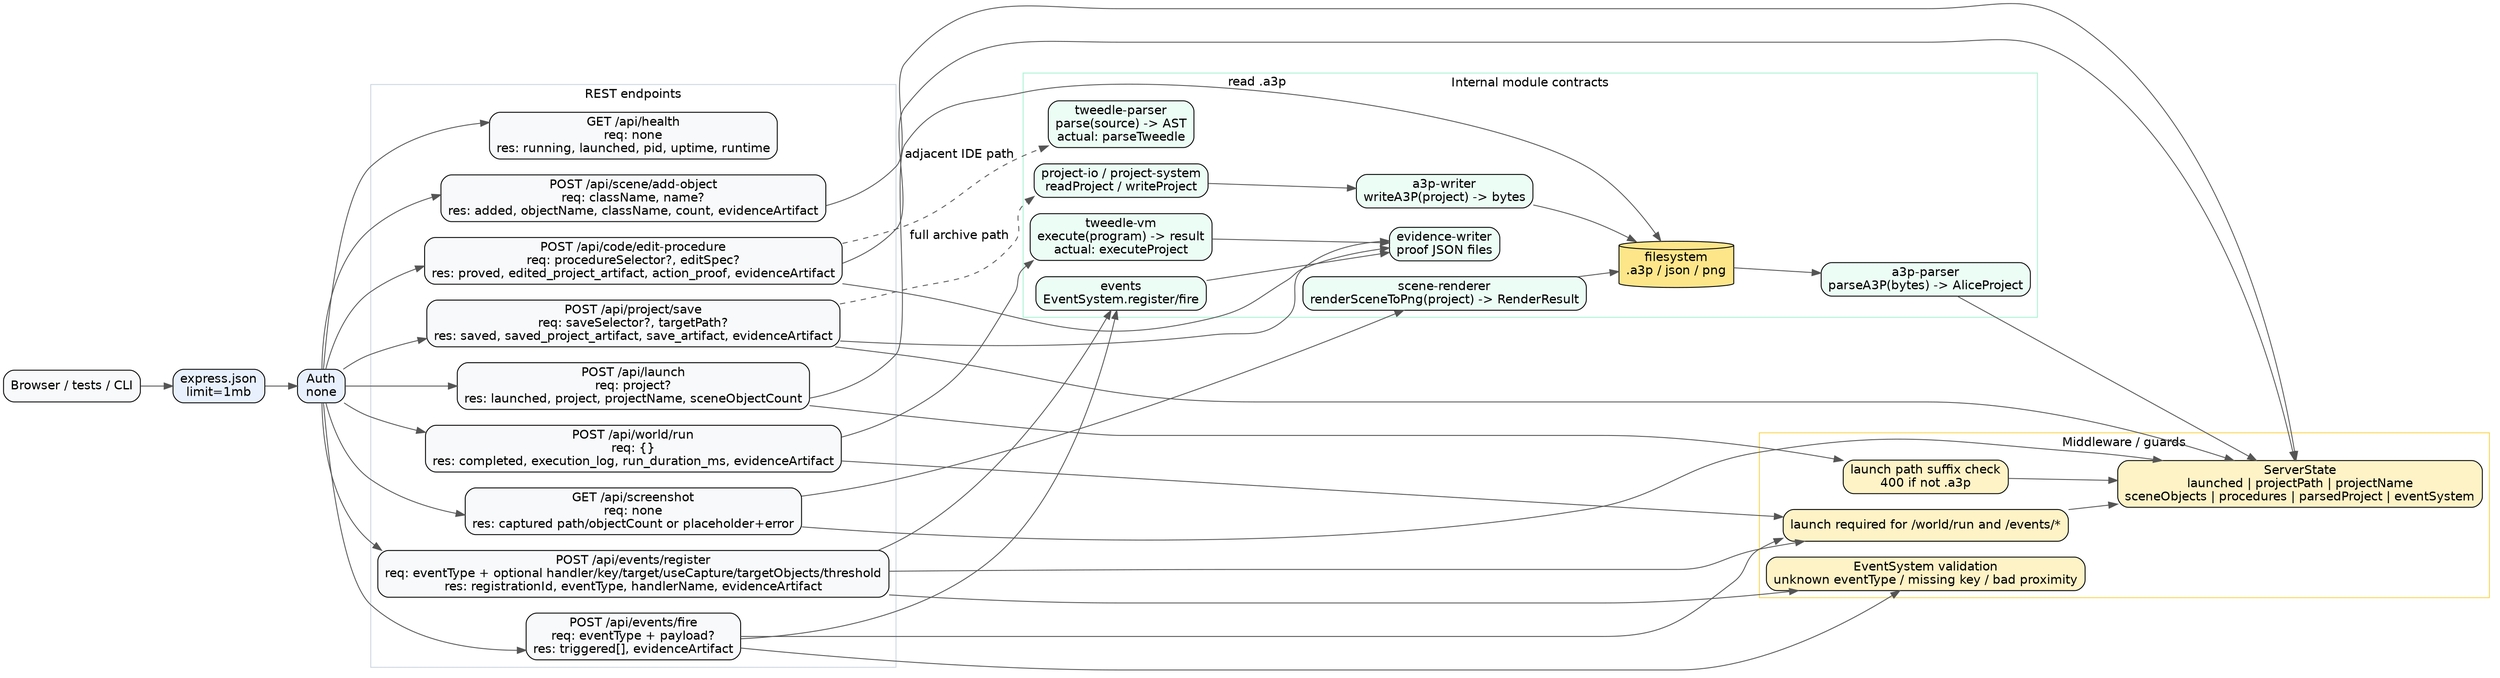
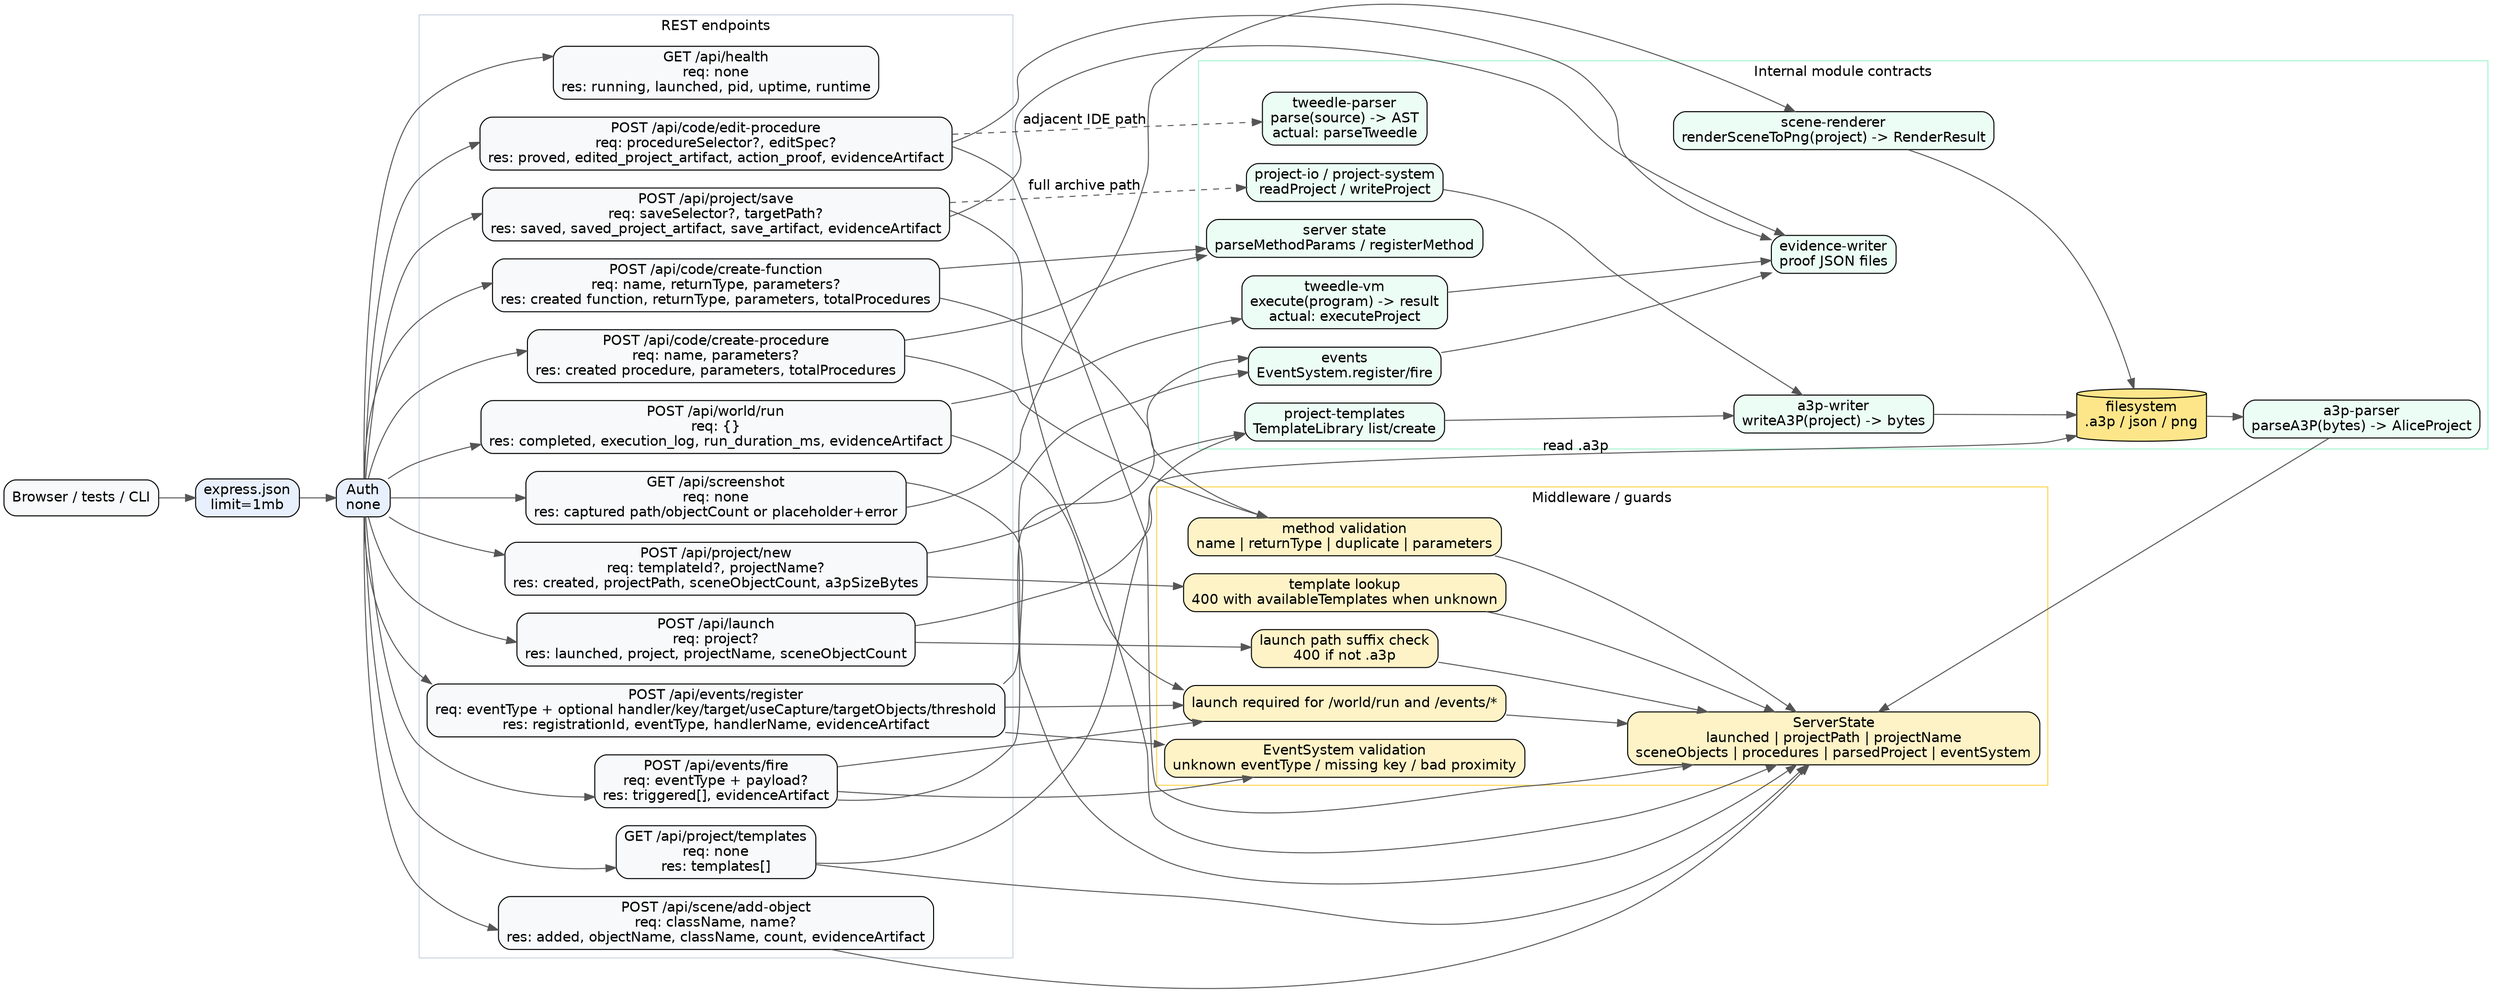
digraph api_contracts {
    rankdir=LR;
    graph [fontname="Helvetica", bgcolor="white"];
    node [shape=box, style="rounded,filled", fontname="Helvetica", fillcolor="#F8F9FA"];
    edge [fontname="Helvetica", color="#555555"];

    client [label="Browser / tests / CLI"];
    json [label="express.json\nlimit=1mb", fillcolor="#E8F0FE"];
    auth [label="Auth\nnone", fillcolor="#E8F0FE"];
    client -> json -> auth;

    subgraph cluster_routes {
        label="REST endpoints";
        color="#CBD5E1";
        health [label="GET /api/health\nreq: none\nres: running, launched, pid, uptime, runtime"];
        launch [label="POST /api/launch\nreq: project?\nres: launched, project, projectName, sceneObjectCount"];
+         template_list [label="GET /api/project/templates\nreq: none\nres: templates[]"];
+         project_new [label="POST /api/project/new\nreq: templateId?, projectName?\nres: created, projectPath, sceneObjectCount, a3pSizeBytes"];
        add_object [label="POST /api/scene/add-object\nreq: className, name?\nres: added, objectName, className, count, evidenceArtifact"];
        edit_proc [label="POST /api/code/edit-procedure\nreq: procedureSelector?, editSpec?\nres: proved, edited_project_artifact, action_proof, evidenceArtifact"];
+         create_proc [label="POST /api/code/create-procedure\nreq: name, parameters?\nres: created procedure, parameters, totalProcedures"];
+         create_func [label="POST /api/code/create-function\nreq: name, returnType, parameters?\nres: created function, returnType, parameters, totalProcedures"];
        save_route [label="POST /api/project/save\nreq: saveSelector?, targetPath?\nres: saved, saved_project_artifact, save_artifact, evidenceArtifact"];
        run_world [label="POST /api/world/run\nreq: {}\nres: completed, execution_log, run_duration_ms, evidenceArtifact"];
        screenshot [label="GET /api/screenshot\nreq: none\nres: captured path/objectCount or placeholder+error"];
        register [label="POST /api/events/register\nreq: eventType + optional handler/key/target/useCapture/targetObjects/threshold\nres: registrationId, eventType, handlerName, evidenceArtifact"];
        fire [label="POST /api/events/fire\nreq: eventType + payload?\nres: triggered[], evidenceArtifact"];
    }

    auth -> health;
    auth -> launch;
+     auth -> template_list;
+     auth -> project_new;
    auth -> add_object;
    auth -> edit_proc;
+     auth -> create_proc;
+     auth -> create_func;
    auth -> save_route;
    auth -> run_world;
    auth -> screenshot;
    auth -> register;
    auth -> fire;

    subgraph cluster_guards {
        label="Middleware / guards";
        color="#FCD34D";
        state [label="ServerState\nlaunched | projectPath | projectName\nsceneObjects | procedures | parsedProject | eventSystem", fillcolor="#FEF3C7"];
        launch_guard [label="launch path suffix check\n400 if not .a3p", fillcolor="#FEF3C7"];
+         template_guard [label="template lookup\n400 with availableTemplates when unknown", fillcolor="#FEF3C7"];
+         method_validation [label="method validation\nname | returnType | duplicate | parameters", fillcolor="#FEF3C7"];
        run_guard [label="launch required for /world/run and /events/*", fillcolor="#FEF3C7"];
        event_validation [label="EventSystem validation\nunknown eventType / missing key / bad proximity", fillcolor="#FEF3C7"];
    }

    launch -> launch_guard -> state;
+     template_list -> state;
+     project_new -> template_guard -> state;
    add_object -> state;
    edit_proc -> state;
+     create_proc -> method_validation -> state;
+     create_func -> method_validation;
    save_route -> state;
    run_world -> run_guard -> state;
    screenshot -> state;
    register -> run_guard;
    register -> event_validation;
    fire -> run_guard;
    fire -> event_validation;

    subgraph cluster_internal {
        label="Internal module contracts";
        color="#A7F3D0";
        parser [label="a3p-parser\nparseA3P(bytes) -> AliceProject", fillcolor="#ECFDF5"];
        writer [label="a3p-writer\nwriteA3P(project) -> bytes", fillcolor="#ECFDF5"];
        tweedle_parser [label="tweedle-parser\nparse(source) -> AST\nactual: parseTweedle", fillcolor="#ECFDF5"];
        tweedle_vm [label="tweedle-vm\nexecute(program) -> result\nactual: executeProject", fillcolor="#ECFDF5"];
        renderer [label="scene-renderer\nrenderSceneToPng(project) -> RenderResult", fillcolor="#ECFDF5"];
        events [label="events\nEventSystem.register/fire", fillcolor="#ECFDF5"];
        evidence [label="evidence-writer\nproof JSON files", fillcolor="#ECFDF5"];
+         templates [label="project-templates\nTemplateLibrary list/create", fillcolor="#ECFDF5"];
+         method_registry [label="server state\nparseMethodParams / registerMethod", fillcolor="#ECFDF5"];
        project_io [label="project-io / project-system\nreadProject / writeProject", fillcolor="#ECFDF5"];
        fs [label="filesystem\n.a3p / json / png", shape=cylinder, fillcolor="#FDE68A"];
    }

    launch -> fs [label="read .a3p"];
    fs -> parser;
    parser -> state;
+     template_list -> templates;
+     project_new -> templates;
+     templates -> writer;
+     writer -> fs;
    edit_proc -> evidence;
    edit_proc -> tweedle_parser [style=dashed, label="adjacent IDE path"];
+     create_proc -> method_registry;
+     create_func -> method_registry;
    save_route -> project_io [style=dashed, label="full archive path"];
    project_io -> writer;
-     writer -> fs;
    save_route -> evidence;
    run_world -> tweedle_vm;
    tweedle_vm -> evidence;
    screenshot -> renderer;
    renderer -> fs;
    register -> events;
    fire -> events;
    events -> evidence;
}
